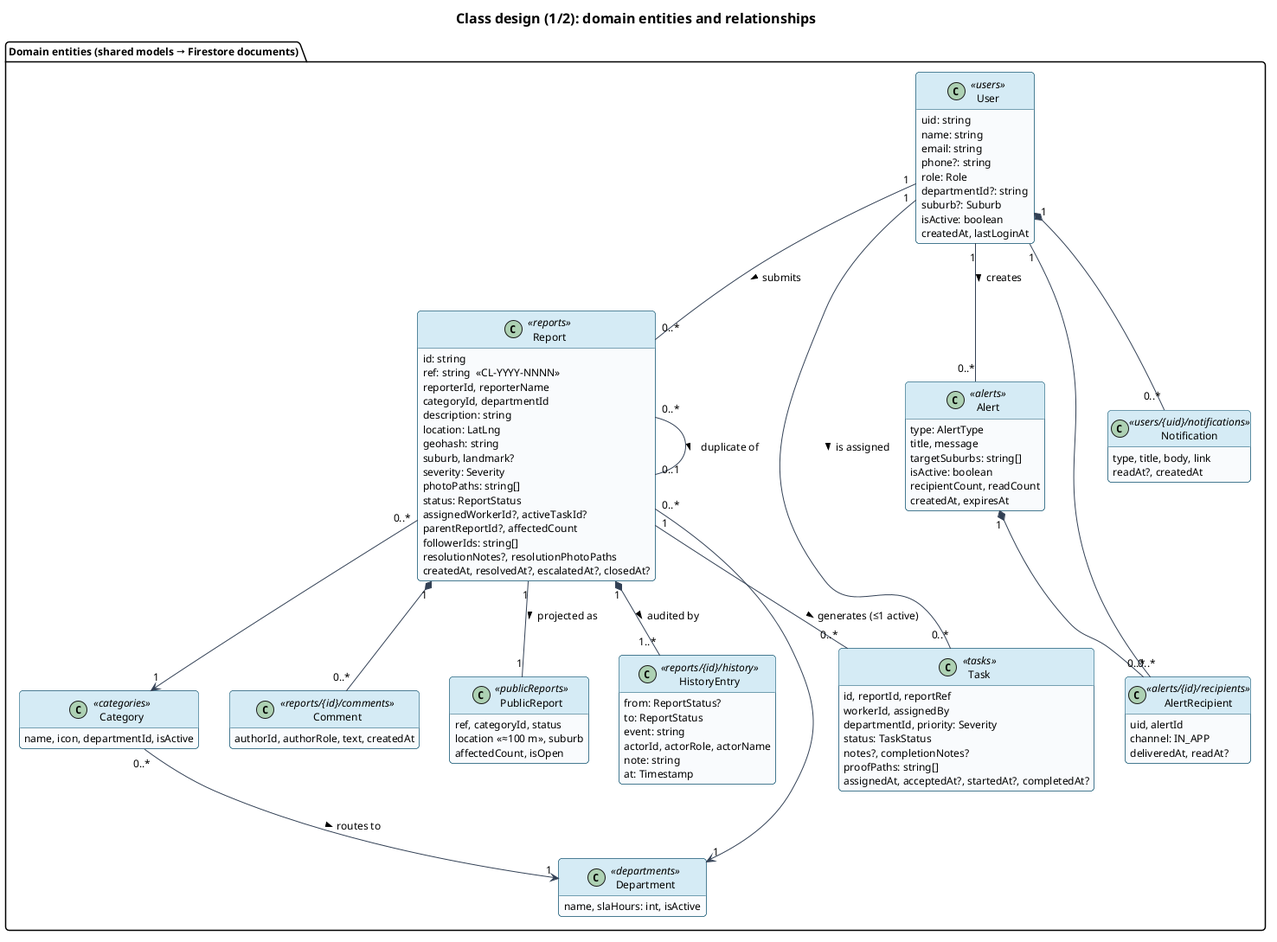
Before: docs/diagrams/class-domain.png, a diagram exported from PlantUML (altechemist/civiclink).
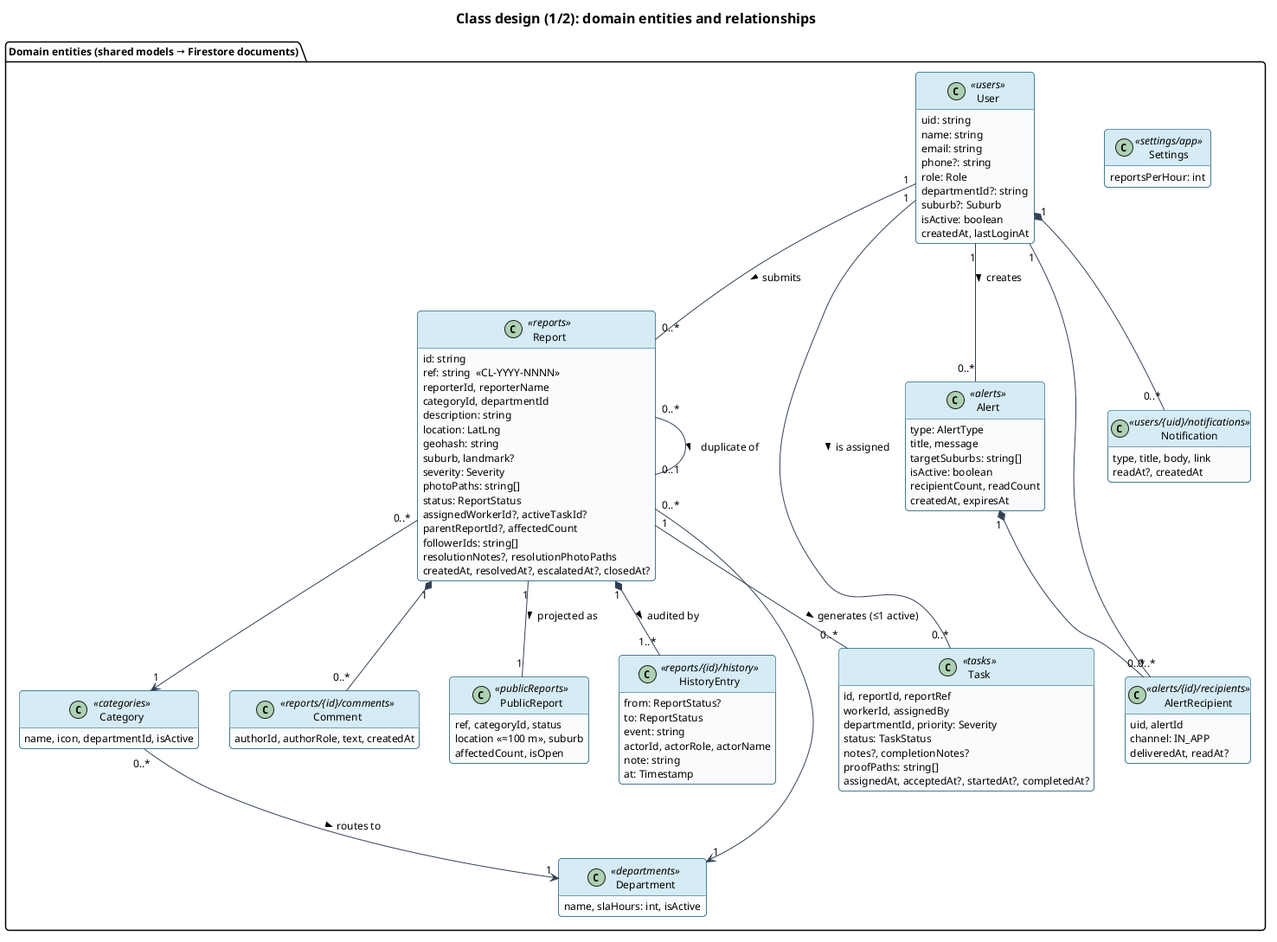
Later version of the same file.

Change to the diagram source:
```diff
@@ -75,6 +75,9 @@
   class Comment <<reports/{id}/comments>> {
     authorId, authorRole, text, createdAt
   }
+  class Settings <<settings/app>> {
+    reportsPerHour: int
+  }
   class PublicReport <<publicReports>> {
     ref, categoryId, status
     location «≈100 m», suburb
```
